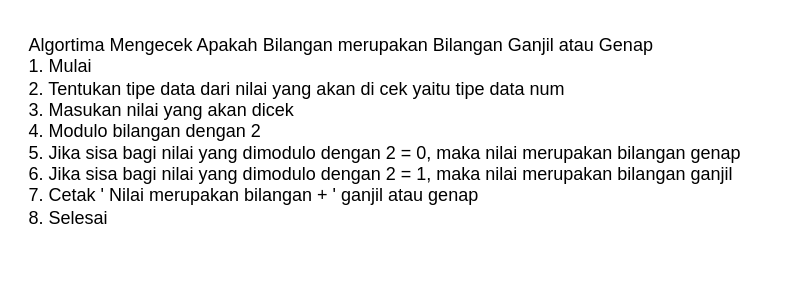
Earlier version of the draw.io diagram page "Ganjil Genap" (2 of 2) of 4-StudyCase-Algoritma.drawio (mfdrfauzi/fwg17-computer-science). Source tidied: cells renumbered, new cells numbered last; positions are measured from the earlier drawing's top-left corner, leaving out a move shared by most shapes. Both pictures are drawn from the tidied source at 150%, with x=0, y=0 at pixel (26, 26).
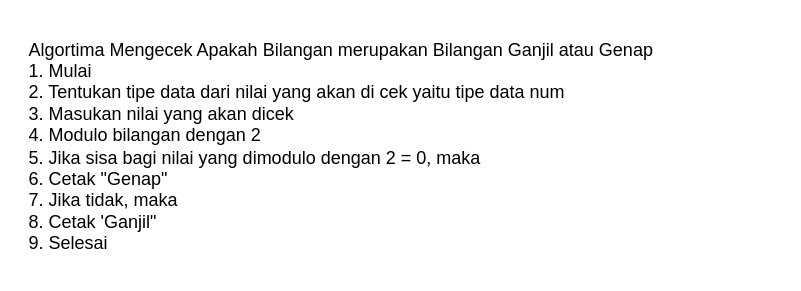
After the change.

Change to the diagram source:
```diff
@@
 <mxGraphModel>
   <root>
     <mxCell id="0" />
     <mxCell id="1" parent="0" />
-    <mxCell id="2" value="Algortima Mengecek Apakah Bilangan merupakan Bilangan Ganjil atau Genap&lt;br&gt;1. Mulai&lt;br&gt;2. Tentukan tipe data dari nilai yang akan di cek yaitu tipe data num&lt;br&gt;3. Masukan nilai yang akan dicek&lt;br&gt;4. Modulo bilangan dengan 2&lt;br&gt;5. Jika sisa bagi nilai yang dimodulo dengan 2 = 0, maka nilai merupakan bilangan genap&lt;br&gt;6. Jika sisa bagi nilai yang dimodulo dengan 2 = 1, maka nilai merupakan bilangan ganjil&lt;br&gt;7. Cetak ' Nilai merupakan bilangan + ' ganjil atau genap&lt;br&gt;8. Selesai" style="text;html=1;align=left;verticalAlign=middle;strokeColor=none;fillColor=none;" parent="1" vertex="1">
-      <mxGeometry width="500" height="140" as="geometry" />
+    <mxCell id="2" value="Algortima Mengecek Apakah Bilangan merupakan Bilangan Ganjil atau Genap&lt;br&gt;1. Mulai&lt;br&gt;2. Tentukan tipe data dari nilai yang akan di cek yaitu tipe data num&lt;br&gt;3. Masukan nilai yang akan dicek&lt;br&gt;4. Modulo bilangan dengan 2&lt;br&gt;5. Jika sisa bagi nilai yang dimodulo dengan 2 = 0, maka&lt;br&gt;6. Cetak &quot;Genap&quot;&lt;br&gt;7. Jika tidak, maka&lt;br&gt;8. Cetak 'Ganjil&quot;&lt;br&gt;9. Selesai" style="text;html=1;align=left;verticalAlign=middle;strokeColor=none;fillColor=none;" parent="1" vertex="1">
+      <mxGeometry width="440" height="160" as="geometry" />
     </mxCell>
   </root>
 </mxGraphModel>
```
